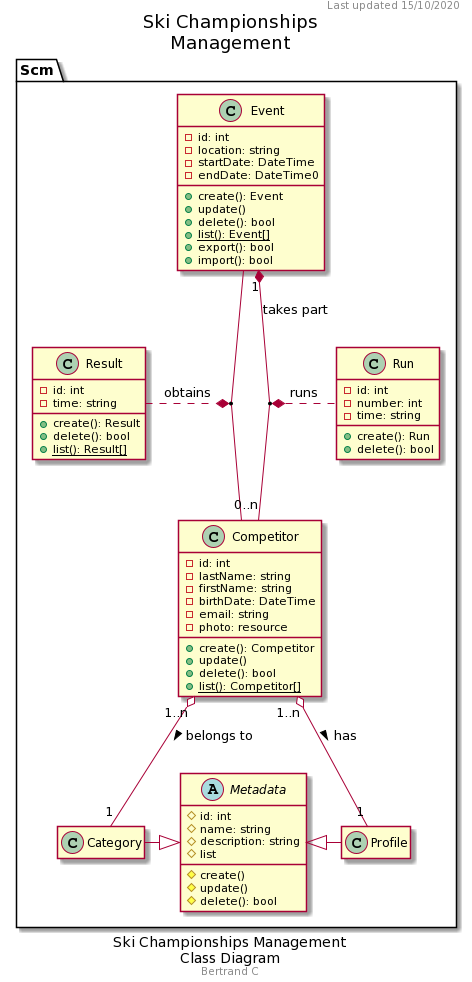
The PlantUML diagram docs/diagrams/out/Ski Championship Management/Ski Championships Management Class Diagram.png in bcheronn/ski-championships-management, before a commit.
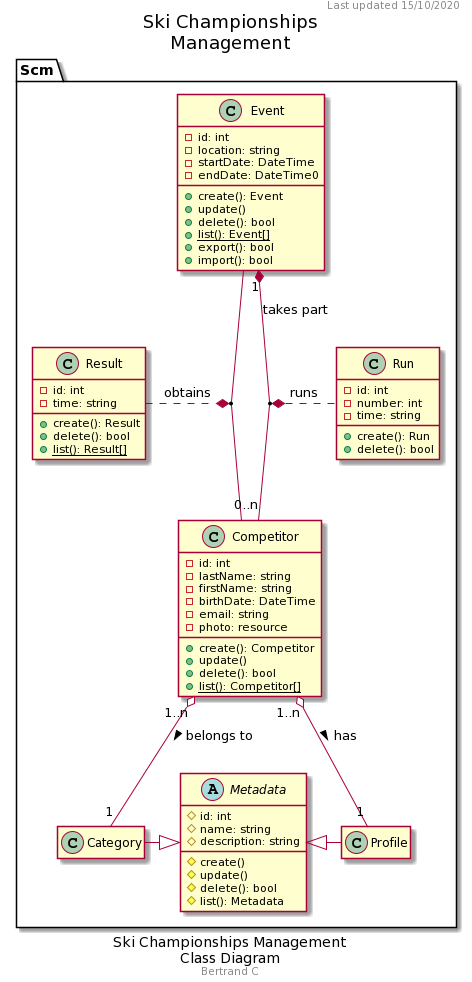
The same file after the commit.

Commit message:
Class diagram update (run time changed to float)

What changed in the source:
```diff
@@ -61,7 +61,7 @@
         #create()
         #update()
         #delete(): bool
-        #list
+        #list(): Metadata
     }
 
     class Category
```
